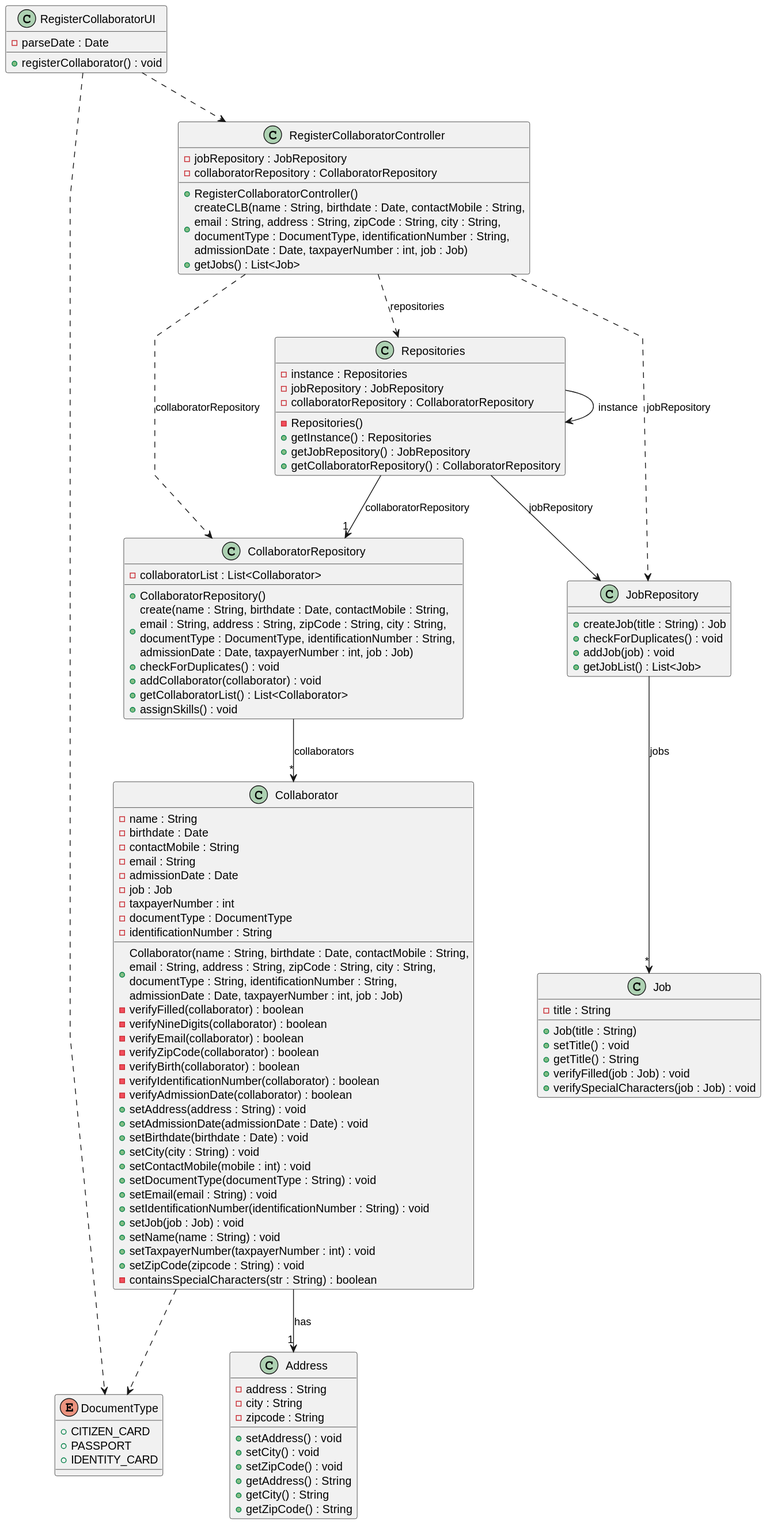
Above: docs/sprintC/us003/03.design/svg/us003-class-diagram.svg in ricardomm7/leaflink (PlantUML), before the change.
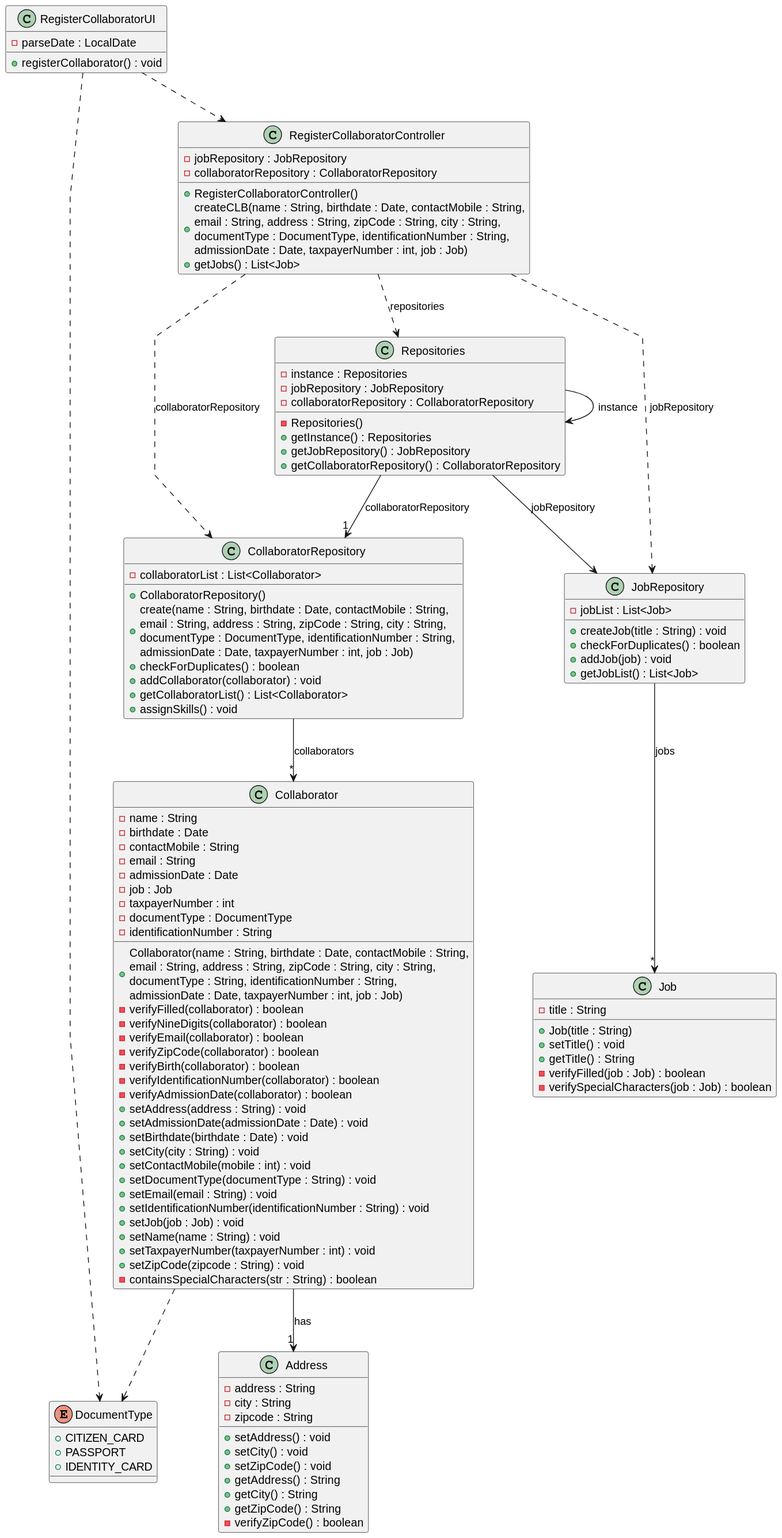
The same file after the commit.

Diff of the diagram source:
```diff
@@ -6,7 +6,7 @@
 
 class RegisterCollaboratorUI {
 +registerCollaborator() : void
--parseDate : Date
+-parseDate : LocalDate
 }
 
 class RegisterCollaboratorController {
@@ -31,15 +31,16 @@
     -collaboratorList : List<Collaborator>
     +CollaboratorRepository()
     + create(name : String, birthdate : Date, contactMobile : String,\nemail : String, address : String, zipCode : String, city : String,\ndocumentType : DocumentType, identificationNumber : String, \nadmissionDate : Date, taxpayerNumber : int, job : Job)
-    + checkForDuplicates() : void
+    + checkForDuplicates() : boolean
     + addCollaborator(collaborator) : void
     + getCollaboratorList() : List<Collaborator>
     + assignSkills() : void
 }
 
 class JobRepository {
-    +createJob(title : String) : Job
-    +checkForDuplicates() : void
+-jobList : List<Job>
+    +createJob(title : String) : void
+    +checkForDuplicates() : boolean
     +addJob(job) : void
     +getJobList() : List<Job>
 }
@@ -87,6 +88,7 @@
     +getAddress() : String
     +getCity() : String
     +getZipCode() : String
+    -verifyZipCode() : boolean
 }
 
 class Job {
@@ -94,8 +96,8 @@
     + Job(title : String)
     + setTitle() : void
     + getTitle() : String
-    +verifyFilled(job : Job) : void
-    +verifySpecialCharacters(job : Job) : void
+    -verifyFilled(job : Job) : boolean
+    -verifySpecialCharacters(job : Job) : boolean
 }
 
 enum DocumentType{
```
